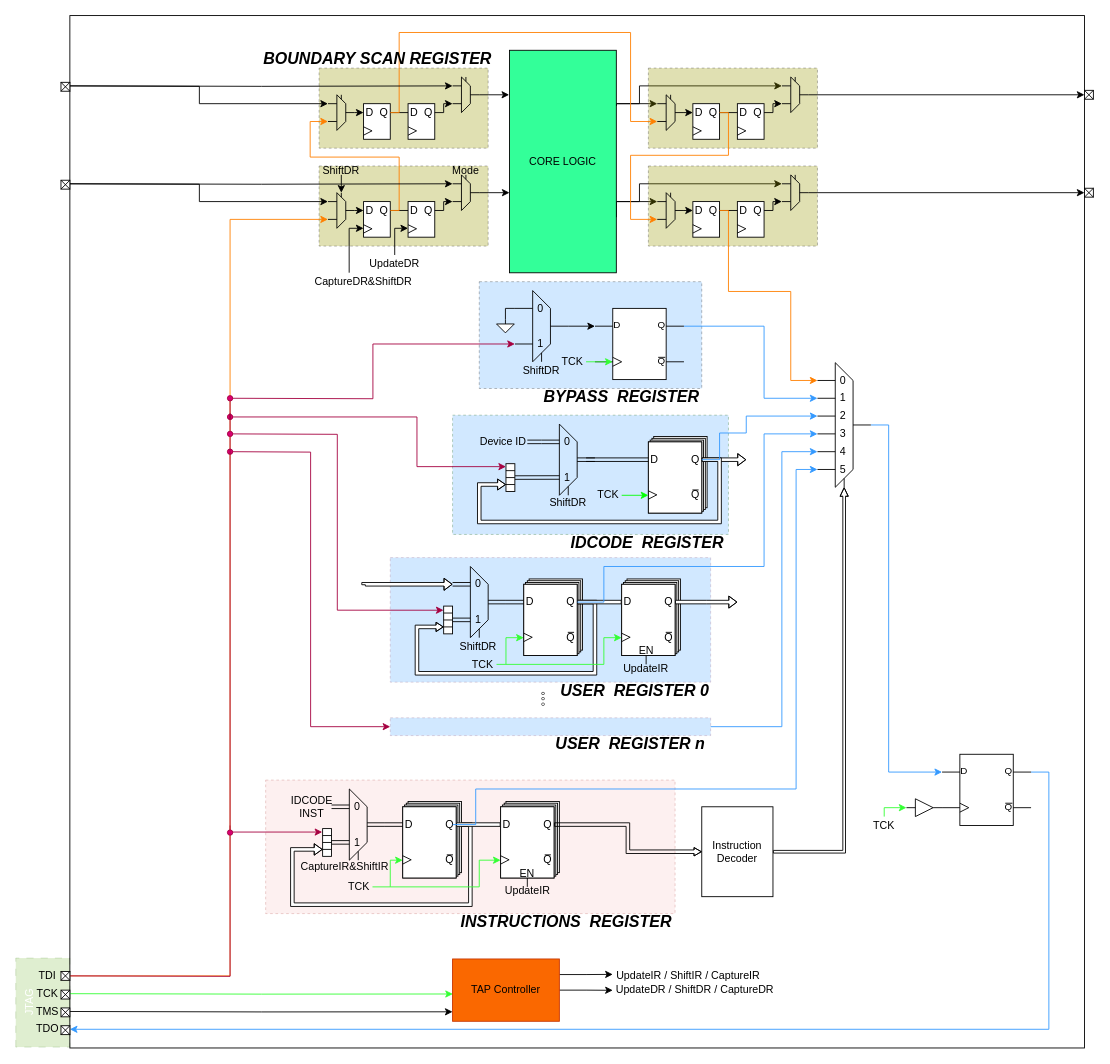
Earlier version of the draw.io diagram _posts/JTAG协议与硬件实现/JTAG.drawio (Verdvana/Verdvana.github.io). Source tidied: cells renumbered, new cells numbered last; positions are measured from the earlier drawing's top-left corner, leaving out a move shared by most shapes. Both pictures are drawn from the tidied source at 89%, with x=0, y=0 at pixel (-2, 15).
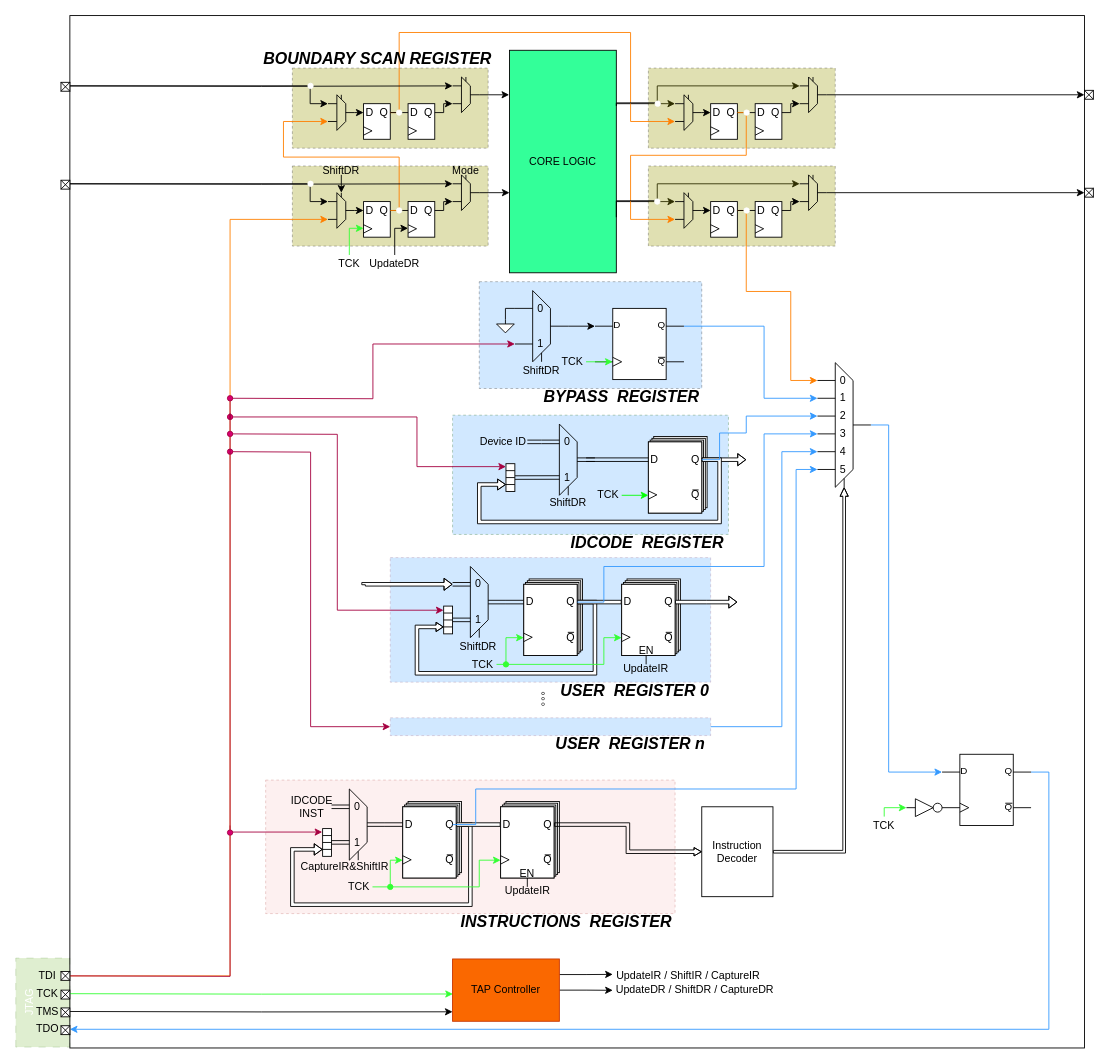
Above is the later version.

The change refers to these unchanged cells:
```xml
<mxCell id="161" style="group;" parent="1" vertex="1">
  <mxGeometry x="1020" y="880" width="40" height="20" as="geometry" />
</mxCell>
<mxCell id="165" style="ellipse;whiteSpace=wrap;html=1;" parent="161" vertex="1">
  <mxGeometry x="30" y="10" as="geometry" />
</mxCell>
<mxCell id="172" style="whiteSpace=wrap;html=1;" parent="171" vertex="1">
  <mxGeometry width="30" height="40" as="geometry" />
</mxCell>
<mxCell id="176" value="Q" style="text;strokeColor=none;align=center;fillColor=none;html=1;verticalAlign=middle;whiteSpace=wrap;rounded=0;" parent="171" vertex="1">
  <mxGeometry x="16" y="4" width="14" height="12" as="geometry" />
</mxCell>
<mxCell id="194" style="group;" parent="1" vertex="1">
  <mxGeometry x="370" y="199" width="30" height="40" as="geometry" />
</mxCell>
<mxCell id="209" value="Q" style="text;strokeColor=none;align=center;fillColor=none;html=1;verticalAlign=middle;whiteSpace=wrap;rounded=0;" parent="204" vertex="1">
  <mxGeometry x="16" y="4" width="14" height="12" as="geometry" />
</mxCell>
<mxCell id="214" value="D" style="text;strokeColor=none;align=center;fillColor=none;html=1;verticalAlign=middle;whiteSpace=wrap;rounded=0;" parent="210" vertex="1">
  <mxGeometry y="4" width="14" height="12" as="geometry" />
</mxCell>
<mxCell id="227" style="group;" parent="1" vertex="1">
  <mxGeometry x="370" y="89" width="30" height="40" as="geometry" />
</mxCell>
<mxCell id="242" value="&lt;div&gt;CORE LOGIC&lt;/div&gt;" style="rounded=0;whiteSpace=wrap;html=1;fillColor=#33FF99;" parent="1" vertex="1">
  <mxGeometry x="574" y="39" width="120" height="250" as="geometry" />
</mxCell>
<mxCell id="249" value="Q" style="text;strokeColor=none;align=center;fillColor=none;html=1;verticalAlign=middle;whiteSpace=wrap;rounded=0;" parent="244" vertex="1">
  <mxGeometry x="16" y="4" width="14" height="12" as="geometry" />
</mxCell>
<mxCell id="254" value="D" style="text;strokeColor=none;align=center;fillColor=none;html=1;verticalAlign=middle;whiteSpace=wrap;rounded=0;" parent="250" vertex="1">
  <mxGeometry y="4" width="14" height="12" as="geometry" />
</mxCell>
<mxCell id="255" value="Q" style="text;strokeColor=none;align=center;fillColor=none;html=1;verticalAlign=middle;whiteSpace=wrap;rounded=0;" parent="250" vertex="1">
  <mxGeometry x="16" y="4" width="14" height="12" as="geometry" />
</mxCell>
<mxCell id="285" value="Q" style="text;strokeColor=none;align=center;fillColor=none;html=1;verticalAlign=middle;whiteSpace=wrap;rounded=0;" parent="280" vertex="1">
  <mxGeometry x="16" y="4" width="14" height="12" as="geometry" />
</mxCell>
<mxCell id="291" value="Q" style="text;strokeColor=none;align=center;fillColor=none;html=1;verticalAlign=middle;whiteSpace=wrap;rounded=0;" parent="286" vertex="1">
  <mxGeometry x="16" y="4" width="14" height="12" as="geometry" />
</mxCell>
<mxCell id="368" style="group;points=[[0,0,0,0,0],[0,0,0,0,20],[0,0,0,0,40],[0,0,0,0,60],[0,0,0,0,80],[0,0,0,0,100],[0,0,0,0,120],[0,1,0,0,0],[0.5,1,0,0,0],[1,0.5,0,0,0]];" parent="1" vertex="1">
  <mxGeometry x="920" y="390" width="60" height="140" as="geometry" />
</mxCell>
```

What changed in the source:
```diff
@@
     <mxCell id="4" style="rounded=0;whiteSpace=wrap;html=1;fillColor=#999900;dashed=1;opacity=30;" parent="1" vertex="1">
-      <mxGeometry x="360" y="59" width="190" height="90" as="geometry" />
+      <mxGeometry x="330" y="59" width="220" height="90" as="geometry" />
     </mxCell>
     <mxCell id="5" style="rounded=0;whiteSpace=wrap;html=1;fillColor=#999900;dashed=1;opacity=30;" parent="1" vertex="1">
-      <mxGeometry x="360" y="169" width="190" height="90" as="geometry" />
+      <mxGeometry x="330" y="169" width="220" height="90" as="geometry" />
     </mxCell>
@@
-    <mxCell id="167" style="edgeStyle=none;jettySize=auto;html=1;rounded=0;endArrow=none;endFill=0;exitX=1;exitY=0.5;exitDx=0;exitDy=0;" parent="161" edge="1" source="165">
+    <mxCell id="167" style="edgeStyle=none;jettySize=auto;html=1;rounded=0;endArrow=none;endFill=0;exitX=1;exitY=0.5;exitDx=0;exitDy=0;" parent="161" edge="1" source="161">
       <mxGeometry relative="1" as="geometry">
         <mxPoint x="40" y="10" as="targetPoint" />
       </mxGeometry>
     </mxCell>
+    <mxCell id="428" style="ellipse;whiteSpace=wrap;html=1;strokeColor=#000000;fillColor=none;" parent="161" vertex="1">
+      <mxGeometry x="30" y="5" width="10" height="10" as="geometry" />
+    </mxCell>
@@
-    <mxCell id="216" style="edgeStyle=orthogonalEdgeStyle;rounded=0;jettySize=auto;html=1;exitX=1;exitY=0.5;exitDx=0;exitDy=0;entryX=0;entryY=0.5;entryDx=0;entryDy=0;endArrow=none;endFill=0;" parent="1" edge="1" source="209" target="214">
+    <mxCell id="216" style="edgeStyle=orthogonalEdgeStyle;rounded=0;jettySize=auto;html=1;exitX=1;exitY=0.5;exitDx=0;exitDy=0;entryX=0;entryY=0.5;entryDx=0;entryDy=0;endArrow=none;endFill=0;startArrow=none;" parent="1" edge="1" source="432" target="214">
       <mxGeometry relative="1" as="geometry" />
     </mxCell>
@@
-    <mxCell id="237" style="edgeStyle=orthogonalEdgeStyle;rounded=0;jettySize=auto;html=1;exitX=1;exitY=0.5;exitDx=0;exitDy=0;entryX=0;entryY=0.75;entryDx=0;entryDy=0;fillColor=#fa6800;strokeColor=#FF8000;" parent="1" edge="1" source="176" target="227">
+    <mxCell id="237" style="edgeStyle=orthogonalEdgeStyle;rounded=0;jettySize=auto;html=1;exitX=1;exitY=0.5;exitDx=0;exitDy=0;entryX=0;entryY=0.75;entryDx=0;entryDy=0;fillColor=#fa6800;strokeColor=#FF8000;startArrow=none;" parent="1" edge="1" source="430" target="227">
       <mxGeometry relative="1" as="geometry">
         <Array as="points">
           <mxPoint x="450" y="219" />
           <mxPoint x="450" y="159" />
-          <mxPoint x="350" y="159" />
-          <mxPoint x="350" y="119" />
+          <mxPoint x="320" y="159" />
+          <mxPoint x="320" y="119" />
         </Array>
       </mxGeometry>
     </mxCell>
@@
-    <mxCell id="240" style="edgeStyle=orthogonalEdgeStyle;rounded=0;jettySize=auto;html=1;exitX=1;exitY=0.25;exitDx=0;exitDy=0;entryX=0;entryY=0.25;entryDx=0;entryDy=0;" parent="1" edge="1" source="242" target="294">
+    <mxCell id="240" style="edgeStyle=orthogonalEdgeStyle;rounded=0;jettySize=auto;html=1;exitX=1;exitY=0.25;exitDx=0;exitDy=0;entryX=0;entryY=0.25;entryDx=0;entryDy=0;startArrow=none;" parent="1" edge="1" source="440" target="294">
       <mxGeometry relative="1" as="geometry">
         <Array as="points">
-          <mxPoint x="694" y="99" />
-          <mxPoint x="720" y="99" />
-          <mxPoint x="720" y="79" />
+          <mxPoint x="740" y="79" />
         </Array>
       </mxGeometry>
     </mxCell>
-    <mxCell id="241" style="edgeStyle=orthogonalEdgeStyle;rounded=0;jettySize=auto;html=1;exitX=1;exitY=0.75;exitDx=0;exitDy=0;entryX=0;entryY=0.25;entryDx=0;entryDy=0;" parent="1" edge="1" source="242" target="258">
+    <mxCell id="241" style="edgeStyle=orthogonalEdgeStyle;rounded=0;jettySize=auto;html=1;exitX=1;exitY=0.75;exitDx=0;exitDy=0;entryX=0;entryY=0.25;entryDx=0;entryDy=0;startArrow=none;" parent="1" edge="1" source="438" target="258">
       <mxGeometry relative="1" as="geometry">
         <Array as="points">
-          <mxPoint x="694" y="209" />
-          <mxPoint x="720" y="209" />
-          <mxPoint x="720" y="189" />
+          <mxPoint x="740" y="189" />
         </Array>
       </mxGeometry>
     </mxCell>
@@
     <mxCell id="243" style="rounded=0;whiteSpace=wrap;html=1;fillColor=#999900;dashed=1;opacity=30;" parent="1" vertex="1">
-      <mxGeometry x="730" y="169" width="190" height="90" as="geometry" />
+      <mxGeometry x="730" y="169" width="210" height="90" as="geometry" />
     </mxCell>
     <mxCell id="244" style="group;" parent="1" vertex="1">
-      <mxGeometry x="780" y="209" width="30" height="40" as="geometry" />
+      <mxGeometry x="800" y="209" width="30" height="40" as="geometry" />
     </mxCell>
@@
     <mxCell id="250" style="group;" parent="1" vertex="1">
-      <mxGeometry x="830" y="209" width="30" height="40" as="geometry" />
+      <mxGeometry x="850" y="209" width="30" height="40" as="geometry" />
     </mxCell>
@@
-    <mxCell id="256" style="edgeStyle=orthogonalEdgeStyle;rounded=0;jettySize=auto;html=1;exitX=1;exitY=0.5;exitDx=0;exitDy=0;entryX=0;entryY=0.5;entryDx=0;entryDy=0;endArrow=none;endFill=0;" parent="1" edge="1" source="249" target="254">
+    <mxCell id="256" style="edgeStyle=orthogonalEdgeStyle;rounded=0;jettySize=auto;html=1;exitX=1;exitY=0.5;exitDx=0;exitDy=0;entryX=0;entryY=0.5;entryDx=0;entryDy=0;endArrow=none;endFill=0;startArrow=none;" parent="1" edge="1" source="436" target="254">
       <mxGeometry relative="1" as="geometry" />
     </mxCell>
@@
     <mxCell id="258" style="group;" parent="1" vertex="1">
-      <mxGeometry x="880" y="179" width="30" height="40" as="geometry" />
+      <mxGeometry x="900" y="179" width="30" height="40" as="geometry" />
     </mxCell>
@@
     <mxCell id="268" style="group;" parent="1" vertex="1">
-      <mxGeometry x="740" y="199" width="30" height="40" as="geometry" />
+      <mxGeometry x="760" y="199" width="30" height="40" as="geometry" />
     </mxCell>
@@
     <mxCell id="277" style="edgeStyle=orthogonalEdgeStyle;rounded=0;jettySize=auto;html=1;exitX=1;exitY=0.5;exitDx=0;exitDy=0;entryX=0;entryY=0.75;entryDx=0;entryDy=0;" parent="1" edge="1" source="255" target="258">
       <mxGeometry relative="1" as="geometry">
         <Array as="points">
-          <mxPoint x="870" y="219" />
-          <mxPoint x="870" y="209" />
+          <mxPoint x="890" y="219" />
+          <mxPoint x="890" y="209" />
         </Array>
       </mxGeometry>
     </mxCell>
     <mxCell id="278" style="edgeStyle=orthogonalEdgeStyle;rounded=0;jettySize=auto;html=1;exitX=1;exitY=0.5;exitDx=0;exitDy=0;entryX=0;entryY=0;entryDx=0;entryDy=20;entryPerimeter=0;fillColor=#fa6800;strokeColor=#FF8000;" parent="1" edge="1" source="249" target="368">
       <mxGeometry relative="1" as="geometry">
         <Array as="points">
-          <mxPoint x="820" y="219" />
-          <mxPoint x="820" y="310" />
+          <mxPoint x="840" y="219" />
+          <mxPoint x="840" y="310" />
           <mxPoint x="890" y="310" />
           <mxPoint x="890" y="410" />
         </Array>
       </mxGeometry>
     </mxCell>
     <mxCell id="279" style="rounded=0;whiteSpace=wrap;html=1;fillColor=#999900;dashed=1;opacity=30;" parent="1" vertex="1">
-      <mxGeometry x="730" y="59" width="190" height="90" as="geometry" />
+      <mxGeometry x="730" y="59" width="210" height="90" as="geometry" />
     </mxCell>
     <mxCell id="280" style="group;" parent="1" vertex="1">
-      <mxGeometry x="780" y="99" width="30" height="40" as="geometry" />
+      <mxGeometry x="800" y="99" width="30" height="40" as="geometry" />
     </mxCell>
@@
     <mxCell id="286" style="group;" parent="1" vertex="1">
-      <mxGeometry x="830" y="99" width="30" height="40" as="geometry" />
+      <mxGeometry x="850" y="99" width="30" height="40" as="geometry" />
     </mxCell>
@@
     <mxCell id="294" style="group;" parent="1" vertex="1">
-      <mxGeometry x="880" y="69" width="30" height="40" as="geometry" />
+      <mxGeometry x="900" y="69" width="30" height="40" as="geometry" />
     </mxCell>
@@
     <mxCell id="304" style="group;" parent="1" vertex="1">
-      <mxGeometry x="740" y="89" width="30" height="40" as="geometry" />
+      <mxGeometry x="760" y="89" width="30" height="40" as="geometry" />
     </mxCell>
@@
     <mxCell id="313" style="edgeStyle=orthogonalEdgeStyle;rounded=0;jettySize=auto;html=1;exitX=1;exitY=0.5;exitDx=0;exitDy=0;entryX=0;entryY=0.75;entryDx=0;entryDy=0;" parent="1" edge="1" source="291" target="294">
       <mxGeometry relative="1" as="geometry">
         <Array as="points">
-          <mxPoint x="870" y="109" />
-          <mxPoint x="870" y="99" />
+          <mxPoint x="890" y="109" />
+          <mxPoint x="890" y="99" />
         </Array>
       </mxGeometry>
     </mxCell>
-    <mxCell id="314" style="edgeStyle=orthogonalEdgeStyle;rounded=0;jettySize=auto;html=1;exitX=1;exitY=0.5;exitDx=0;exitDy=0;entryX=0;entryY=0.75;entryDx=0;entryDy=0;fillColor=#fa6800;strokeColor=#FF8000;" parent="1" edge="1" source="285" target="268">
+    <mxCell id="314" style="edgeStyle=orthogonalEdgeStyle;rounded=0;jettySize=auto;html=1;exitX=1;exitY=0.5;exitDx=0;exitDy=0;entryX=0;entryY=0.75;entryDx=0;entryDy=0;fillColor=#fa6800;strokeColor=#FF8000;startArrow=none;" parent="1" edge="1" source="434" target="268">
       <mxGeometry relative="1" as="geometry">
         <Array as="points">
-          <mxPoint x="820" y="109" />
-          <mxPoint x="820" y="157" />
+          <mxPoint x="840" y="109" />
+          <mxPoint x="840" y="157" />
           <mxPoint x="710" y="157" />
           <mxPoint x="710" y="229" />
         </Array>
       </mxGeometry>
     </mxCell>
@@
     <mxCell id="318" style="edgeStyle=orthogonalEdgeStyle;rounded=0;jettySize=auto;html=1;exitX=1;exitY=0.5;exitDx=0;exitDy=0;entryX=0;entryY=0.25;entryDx=0;entryDy=0;" parent="1" edge="1" target="227">
       <mxGeometry relative="1" as="geometry">
         <mxPoint x="80" y="79" as="sourcePoint" />
+        <Array as="points">
+          <mxPoint x="350" y="79" />
+          <mxPoint x="350" y="99" />
+        </Array>
       </mxGeometry>
     </mxCell>
@@
     <mxCell id="320" style="edgeStyle=orthogonalEdgeStyle;rounded=0;jettySize=auto;html=1;exitX=1;exitY=0.5;exitDx=0;exitDy=0;entryX=0;entryY=0.25;entryDx=0;entryDy=0;" parent="1" edge="1" target="194">
       <mxGeometry relative="1" as="geometry">
         <mxPoint x="80" y="189" as="sourcePoint" />
+        <Array as="points">
+          <mxPoint x="350" y="189" />
+          <mxPoint x="350" y="209" />
+        </Array>
       </mxGeometry>
     </mxCell>
@@
-    <mxCell id="328" style="edgeStyle=orthogonalEdgeStyle;rounded=0;jettySize=auto;html=1;exitX=0.298;exitY=-0.005;exitDx=0;exitDy=0;entryX=0;entryY=0.75;entryDx=0;entryDy=0;exitPerimeter=0;" parent="1" edge="1" source="329" target="172">
+    <mxCell id="328" style="edgeStyle=orthogonalEdgeStyle;rounded=0;jettySize=auto;html=1;exitX=0.5;exitY=0;exitDx=0;exitDy=0;entryX=0;entryY=0.75;entryDx=0;entryDy=0;fillColor=#60a917;strokeColor=#33FF33;" parent="1" edge="1" source="329" target="172">
       <mxGeometry relative="1" as="geometry">
         <Array as="points">
+          <mxPoint x="394" y="269" />
           <mxPoint x="394" y="239" />
         </Array>
       </mxGeometry>
     </mxCell>
-    <mxCell id="329" value="CaptureDR&amp;amp;ShiftDR" style="text;strokeColor=none;align=center;fillColor=none;html=1;verticalAlign=middle;whiteSpace=wrap;rounded=0;" parent="1" vertex="1">
-      <mxGeometry x="370" y="289" width="80" height="20" as="geometry" />
+    <mxCell id="329" value="TCK" style="text;strokeColor=none;align=center;fillColor=none;html=1;verticalAlign=middle;whiteSpace=wrap;rounded=0;" parent="1" vertex="1">
+      <mxGeometry x="379" y="269" width="30" height="20" as="geometry" />
     </mxCell>
@@
+    <mxCell id="429" style="edgeStyle=orthogonalEdgeStyle;rounded=0;jettySize=auto;html=1;exitX=1;exitY=0.5;exitDx=0;exitDy=0;entryX=0;entryY=0.75;entryDx=0;entryDy=0;fillColor=#fa6800;strokeColor=#FF8000;endArrow=none;" parent="1" edge="1" source="176" target="430">
+      <mxGeometry relative="1" as="geometry">
+        <Array as="points">
+          <mxPoint x="450" y="219" />
+        </Array>
+      </mxGeometry>
+    </mxCell>
+    <mxCell id="430" style="ellipse;whiteSpace=wrap;html=1;strokeColor=#FFFFFF;fillColor=#FFFFFF;" parent="1" vertex="1">
+      <mxGeometry x="447" y="216" width="6" height="6" as="geometry" />
+    </mxCell>
+    <mxCell id="431" style="edgeStyle=orthogonalEdgeStyle;rounded=0;jettySize=auto;html=1;exitX=1;exitY=0.5;exitDx=0;exitDy=0;entryX=0;entryY=0.5;entryDx=0;entryDy=0;endArrow=none;endFill=0;" parent="1" edge="1" source="209" target="432">
+      <mxGeometry relative="1" as="geometry" />
+    </mxCell>
+    <mxCell id="432" style="ellipse;whiteSpace=wrap;html=1;strokeColor=#FFFFFF;fillColor=#FFFFFF;" parent="1" vertex="1">
+      <mxGeometry x="447" y="106" width="6" height="6" as="geometry" />
+    </mxCell>
+    <mxCell id="433" style="edgeStyle=orthogonalEdgeStyle;rounded=0;jettySize=auto;html=1;exitX=1;exitY=0.5;exitDx=0;exitDy=0;entryX=0;entryY=0.75;entryDx=0;entryDy=0;fillColor=#fa6800;strokeColor=#FF8000;endArrow=none;" parent="1" edge="1" source="285" target="434">
+      <mxGeometry relative="1" as="geometry" />
+    </mxCell>
+    <mxCell id="434" style="ellipse;whiteSpace=wrap;html=1;strokeColor=#FFFFFF;fillColor=#FFFFFF;" parent="1" vertex="1">
+      <mxGeometry x="837.4" y="106" width="6" height="6" as="geometry" />
+    </mxCell>
+    <mxCell id="435" style="edgeStyle=orthogonalEdgeStyle;rounded=0;jettySize=auto;html=1;exitX=1;exitY=0.5;exitDx=0;exitDy=0;entryX=0;entryY=0.5;entryDx=0;entryDy=0;endArrow=none;endFill=0;" parent="1" edge="1" source="249" target="436">
+      <mxGeometry relative="1" as="geometry" />
+    </mxCell>
+    <mxCell id="436" style="ellipse;whiteSpace=wrap;html=1;strokeColor=#FFFFFF;fillColor=#FFFFFF;" parent="1" vertex="1">
+      <mxGeometry x="837.4" y="216" width="6" height="6" as="geometry" />
+    </mxCell>
+    <mxCell id="437" style="edgeStyle=orthogonalEdgeStyle;rounded=0;jettySize=auto;html=1;exitX=1;exitY=0.75;exitDx=0;exitDy=0;entryX=0;entryY=0.25;entryDx=0;entryDy=0;endArrow=none;" parent="1" edge="1" source="242" target="438">
+      <mxGeometry relative="1" as="geometry">
+        <Array as="points">
+          <mxPoint x="694" y="209" />
+          <mxPoint x="737" y="209" />
+        </Array>
+      </mxGeometry>
+    </mxCell>
+    <mxCell id="438" style="ellipse;whiteSpace=wrap;html=1;strokeColor=#FFFFFF;fillColor=#FFFFFF;" parent="1" vertex="1">
+      <mxGeometry x="737" y="206" width="6" height="6" as="geometry" />
+    </mxCell>
+    <mxCell id="439" style="edgeStyle=orthogonalEdgeStyle;rounded=0;jettySize=auto;html=1;exitX=1;exitY=0.25;exitDx=0;exitDy=0;entryX=0;entryY=0.25;entryDx=0;entryDy=0;endArrow=none;" parent="1" edge="1" source="242" target="440">
+      <mxGeometry relative="1" as="geometry">
+        <Array as="points">
+          <mxPoint x="694" y="99" />
+          <mxPoint x="738" y="99" />
+        </Array>
+      </mxGeometry>
+    </mxCell>
+    <mxCell id="440" style="ellipse;whiteSpace=wrap;html=1;strokeColor=#FFFFFF;fillColor=#FFFFFF;" parent="1" vertex="1">
+      <mxGeometry x="737.5" y="96" width="6" height="6" as="geometry" />
+    </mxCell>
+    <mxCell id="441" style="ellipse;whiteSpace=wrap;html=1;strokeColor=#FFFFFF;fillColor=#FFFFFF;" parent="1" vertex="1">
+      <mxGeometry x="347.4" y="186" width="6" height="6" as="geometry" />
+    </mxCell>
+    <mxCell id="442" style="ellipse;whiteSpace=wrap;html=1;strokeColor=#FFFFFF;fillColor=#FFFFFF;" parent="1" vertex="1">
+      <mxGeometry x="347.4" y="76" width="6" height="6" as="geometry" />
+    </mxCell>
+    <mxCell id="443" style="ellipse;whiteSpace=wrap;html=1;strokeColor=#33FF33;fillColor=#33FF33;" parent="1" vertex="1">
+      <mxGeometry x="567" y="726" width="6" height="6" as="geometry" />
+    </mxCell>
+    <mxCell id="444" style="ellipse;whiteSpace=wrap;html=1;strokeColor=#33FF33;fillColor=#33FF33;" parent="1" vertex="1">
+      <mxGeometry x="437" y="976" width="6" height="6" as="geometry" />
+    </mxCell>
```
